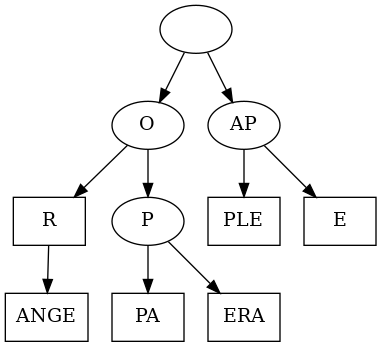
This is bs_rt.png from keithstellyes/Pretty-Data-Stuctures, a Graphviz export, as it was before one commit. Its source is kept beside it as bs_rt.dot.
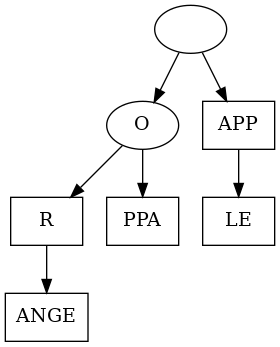
The same diagram one commit later.

What changed in the source:
```diff
@@ -3,19 +3,13 @@
     b [label="O"];
     c [label="R", shape=box];
     d [label="ANGE", shape=box];
-    e [label="P"];
-    f [label="PA", shape=box];
-    g [label="ERA", shape=box];
-    h [label="AP"];
-    i [label="PLE", shape=box];
-    j [label="E", shape=box];
+    e [label="PPA", shape=box];
+    f [label="APP", shape=box];
+    g [label="LE", shape=box];
     c -> d
     b -> c
-    e -> f
-    e -> g
     b -> e
     a -> b
-    h -> i
-    h -> j
-    a -> h
+    f -> g
+    a -> f
 }
```
